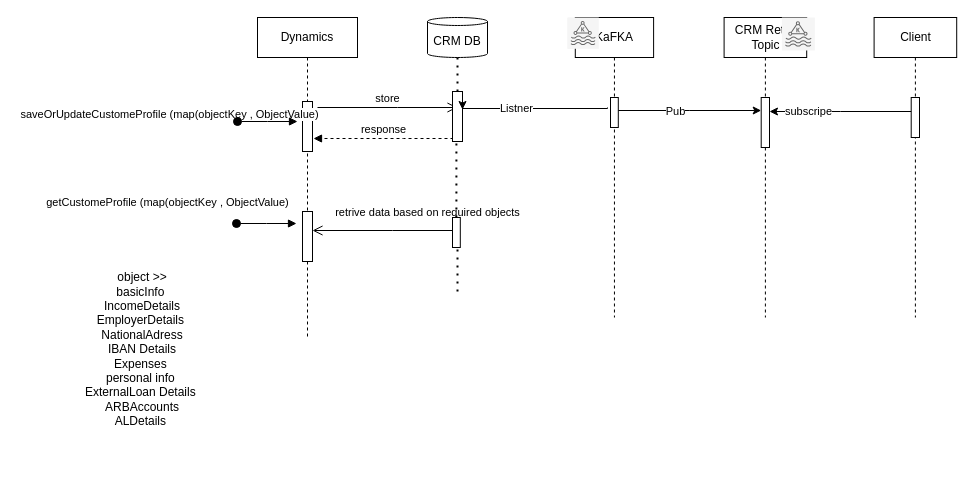
This is Dynamics_CRM.drawio from MHosnii/DrawIo, a draw.io file, before an edit. Source tidied: cells renumbered, new cells numbered last; positions are measured from the earlier drawing's top-left corner, leaving out a move shared by most shapes. Both pictures are drawn from the tidied source at 100%, with x=0, y=0 at pixel (17, 17).
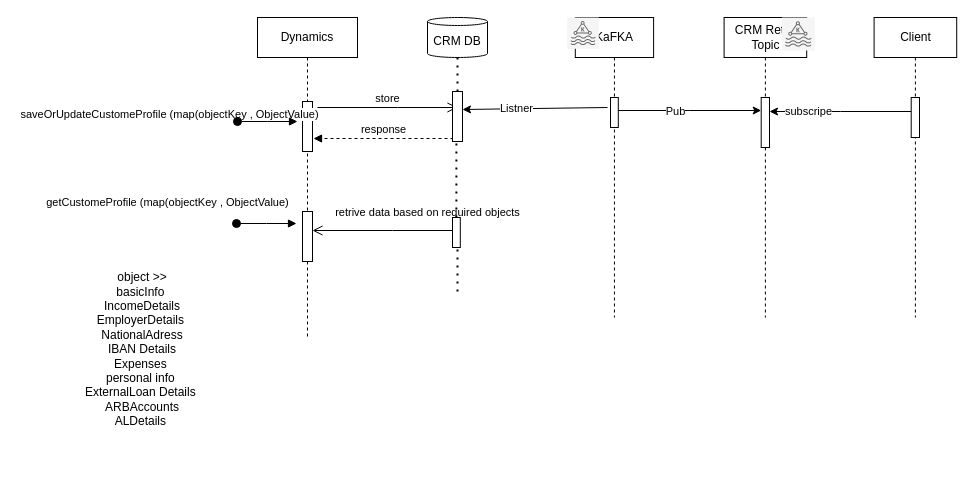
Above is the later version.

Change to the diagram source:
```diff
@@
-    <mxCell id="22" style="edgeStyle=elbowEdgeStyle;rounded=0;orthogonalLoop=1;jettySize=auto;html=1;elbow=vertical;curved=0;" parent="1" edge="1">
+    <mxCell id="22" style="rounded=0;orthogonalLoop=1;jettySize=auto;html=1;elbow=vertical;" parent="1" edge="1">
       <mxGeometry relative="1" as="geometry">
         <mxPoint x="590" y="90" as="sourcePoint" />
         <mxPoint x="445" y="92" as="targetPoint" />
       </mxGeometry>
     </mxCell>
```
